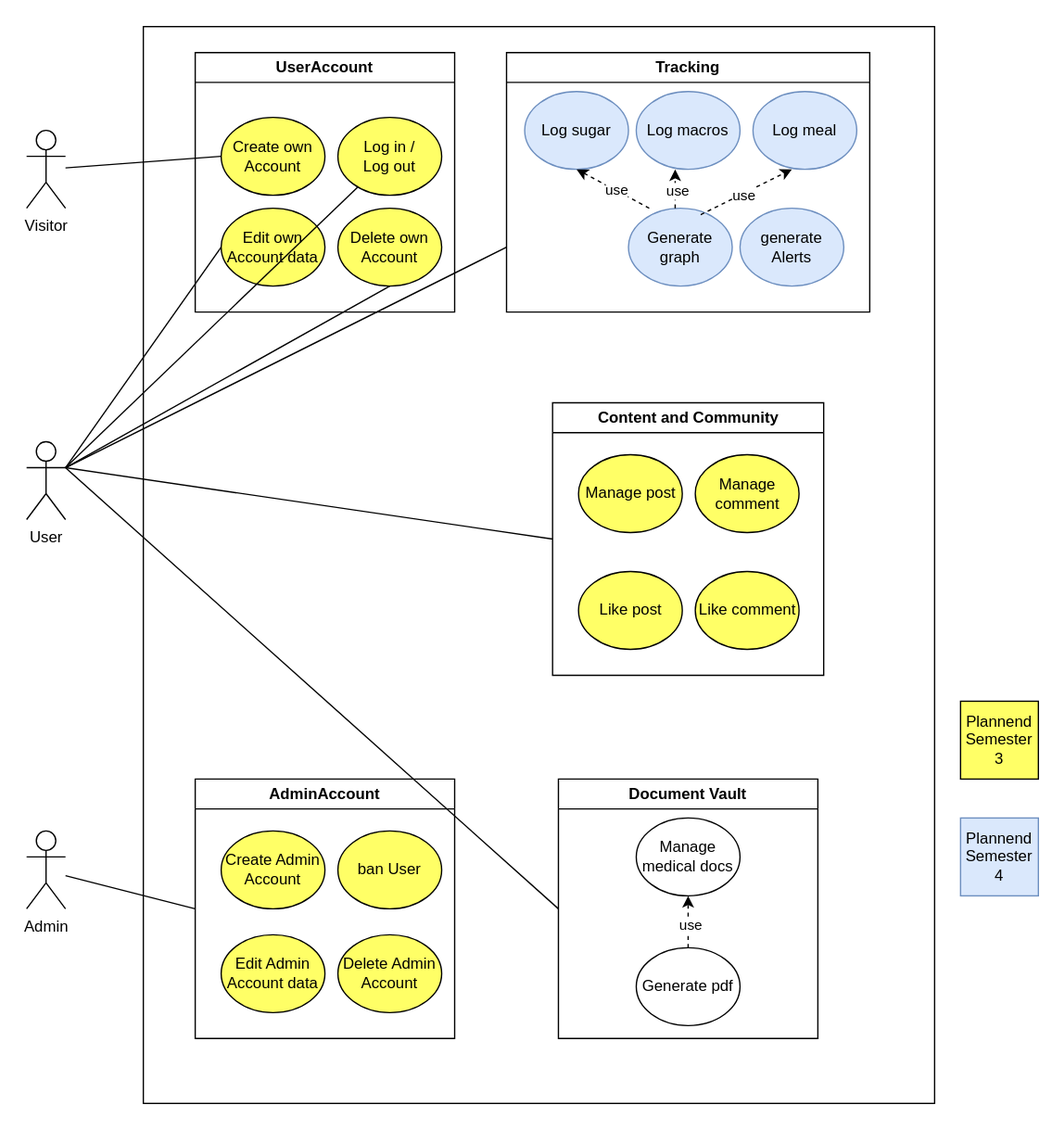
Before: docs/UCD2.drawio.svg, a diagram exported from draw.io (millisom/GluGuide). Source tidied: cells renumbered, new cells last; positions are measured from the earlier drawing's top-left corner, leaving out a move shared by most shapes.
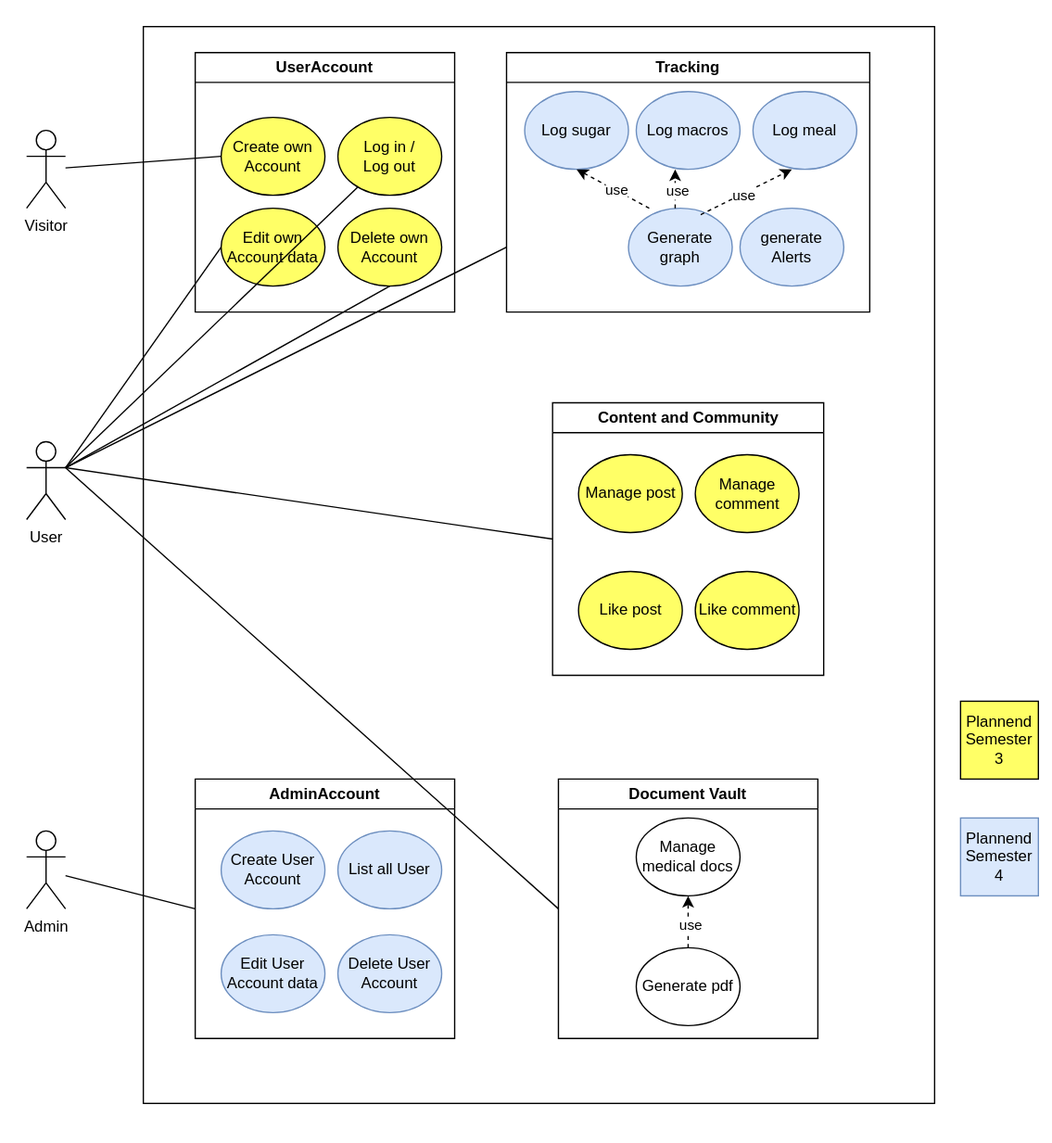
Above is the later version.

Commit message:
renamed AdminAccount, change color to blue

Diff of the diagram source:
```diff
@@ -70,16 +70,16 @@
     <mxCell id="23" value="AdminAccount" style="swimlane;whiteSpace=wrap;html=1;" parent="3" vertex="1">
       <mxGeometry y="560" width="200" height="200" as="geometry" />
     </mxCell>
-    <mxCell id="24" value="Edit Admin Account data" style="ellipse;whiteSpace=wrap;html=1;fillColor=#FFFF66;" parent="23" vertex="1">
+    <mxCell id="24" value="Edit User Account data" style="ellipse;whiteSpace=wrap;html=1;fillColor=#dae8fc;strokeColor=#6c8ebf;" parent="23" vertex="1">
       <mxGeometry x="20" y="120" width="80" height="60" as="geometry" />
     </mxCell>
-    <mxCell id="25" value="Delete Admin Account" style="ellipse;whiteSpace=wrap;html=1;fillColor=#FFFF66;" parent="23" vertex="1">
+    <mxCell id="25" value="Delete User Account" style="ellipse;whiteSpace=wrap;html=1;fillColor=#dae8fc;strokeColor=#6c8ebf;" parent="23" vertex="1">
       <mxGeometry x="110" y="120" width="80" height="60" as="geometry" />
     </mxCell>
-    <mxCell id="26" value="Create Admin Account" style="ellipse;whiteSpace=wrap;html=1;fillColor=#FFFF66;" parent="23" vertex="1">
+    <mxCell id="26" value="Create User Account" style="ellipse;whiteSpace=wrap;html=1;fillColor=#dae8fc;strokeColor=#6c8ebf;" parent="23" vertex="1">
       <mxGeometry x="20" y="40" width="80" height="60" as="geometry" />
     </mxCell>
-    <mxCell id="27" value="ban User" style="ellipse;whiteSpace=wrap;html=1;fillColor=#FFFF66;" parent="23" vertex="1">
+    <mxCell id="27" value="List all User" style="ellipse;whiteSpace=wrap;html=1;fillColor=#dae8fc;strokeColor=#6c8ebf;" parent="23" vertex="1">
       <mxGeometry x="110" y="40" width="80" height="60" as="geometry" />
     </mxCell>
     <mxCell id="28" value="Tracking" style="swimlane;whiteSpace=wrap;html=1;" parent="1" vertex="1">
```
